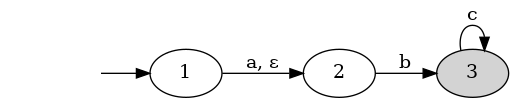
Earlier version of the Graphviz export figures/nfa_ex.png (jorbDehmel/theory-of-computation). Its source is kept beside it as figures/nfa_ex.dot. Source of this version:
```dot
digraph {
    rankdir="LR";

    entry [style=invis];
    3 [style=filled];

    entry -> 1;
    1 -> 2 [label=<a, &epsilon;>];
    2 -> 3 [label="b"];
    3 -> 3 [label="c"];
}
```
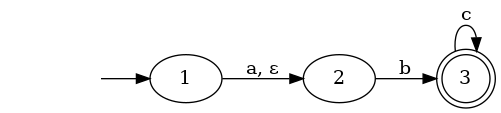
Above is the later version.

Diff of the diagram source:
```diff
@@ -2,7 +2,7 @@
     rankdir="LR";
 
     entry [style=invis];
-    3 [style=filled];
+    3 [shape=doublecircle];
 
     entry -> 1;
     1 -> 2 [label=<a, &epsilon;>];
```
